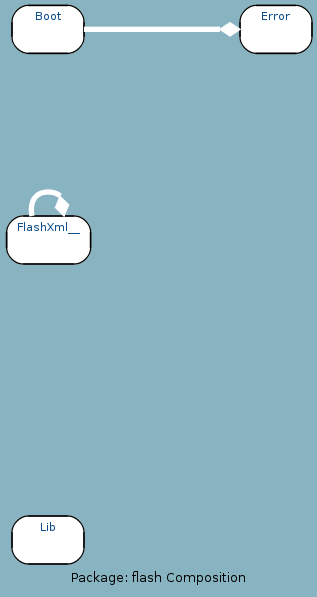
The Graphviz diagram docs/uml/flash_C.png in google-code-export/haxegui, before a commit. Its source is kept beside it as docs/uml/flash_C.dot. Its diagram source:
```dot
digraph uml {
	graph [label="Package: flash Composition", ratio=compress, rankdir=LR, size="24,12", fontname=Sans, fontsize=10, bgcolor="#88B3C1", fontcolor=black];
	node [label="\N", fontname=Sans, fontsize=8, shape=record, color=black, fontcolor=black];
	edge [fontname=Sans, fontsize=8, minlen=3, color=black, fontcolor=black];
	graph [lp="115,10",
		bb="0,0,230,440"];
	"flash.Lib" [label="{Lib}", fontcolor="#104E8B", style="rounded,filled", fillcolor=white, URL="../types/flash/Lib.html", tooltip=Lib, portPos=Lib, pos="32,39", rects="5,21,59,57", width="0.75", height="0.50"];
	"flash.FlashXml__" [label="{FlashXml__}", fontcolor="#104E8B", style="rounded,filled", fillcolor=white, URL="../types/flash/FlashXml__.html", tooltip=FlashXml__, portPos=FlashXml__, pos="32,264", rects="1,246,64,282", width="0.86", height="0.50"];
	"flash.Error" [label="{Error}", fontcolor="#104E8B", style="rounded,filled", fillcolor=white, URL="../types/flash/Error.html", tooltip=Error, portPos=Error, pos="203,422", rects="176,404,230,440", width="0.75", height="0.50"];
	"flash.Boot" [label="{Boot}", fontcolor="#104E8B", style="rounded,filled", fillcolor=white, URL="../types/flash/Boot.html", tooltip=Boot, portPos=Boot, pos="32,422", rects="5,404,59,440", width="0.75", height="0.50"];
	"flash.FlashXml__" -> "flash.FlashXml__" [color=white, style="setlinewidth(4)", arrowhead=diamond, arrowsize="1.25", pos="e,44,282 20,282 18,292 22,300 32,300 36,300 39,299 41,297"];
	"flash.Boot" -> "flash.Error" [color=white, style="setlinewidth(4)", arrowhead=diamond, arrowsize="1.25", pos="e,176,422 59,422 86,422 129,422 161,422"];
}
```
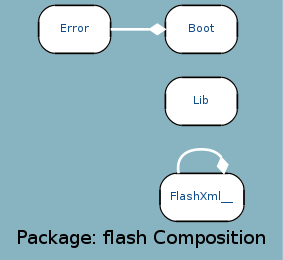
The same diagram one commit later.

Diff of the diagram source:
```diff
@@ -1,13 +1,13 @@
 digraph uml {
-	graph [label="Package: flash Composition", ratio=compress, rankdir=LR, size="24,12", fontname=Sans, fontsize=10, bgcolor="#88B3C1", fontcolor=black];
-	node [label="\N", fontname=Sans, fontsize=8, shape=record, color=black, fontcolor=black];
-	edge [fontname=Sans, fontsize=8, minlen=3, color=black, fontcolor=black];
-	graph [lp="115,10",
-		bb="0,0,230,440"];
-	"flash.Lib" [label="{Lib}", fontcolor="#104E8B", style="rounded,filled", fillcolor=white, URL="../types/flash/Lib.html", tooltip=Lib, portPos=Lib, pos="32,39", rects="5,21,59,57", width="0.75", height="0.50"];
-	"flash.FlashXml__" [label="{FlashXml__}", fontcolor="#104E8B", style="rounded,filled", fillcolor=white, URL="../types/flash/FlashXml__.html", tooltip=FlashXml__, portPos=FlashXml__, pos="32,264", rects="1,246,64,282", width="0.86", height="0.50"];
-	"flash.Error" [label="{Error}", fontcolor="#104E8B", style="rounded,filled", fillcolor=white, URL="../types/flash/Error.html", tooltip=Error, portPos=Error, pos="203,422", rects="176,404,230,440", width="0.75", height="0.50"];
-	"flash.Boot" [label="{Boot}", fontcolor="#104E8B", style="rounded,filled", fillcolor=white, URL="../types/flash/Boot.html", tooltip=Boot, portPos=Boot, pos="32,422", rects="5,404,59,440", width="0.75", height="0.50"];
-	"flash.FlashXml__" -> "flash.FlashXml__" [color=white, style="setlinewidth(4)", arrowhead=diamond, arrowsize="1.25", pos="e,44,282 20,282 18,292 22,300 32,300 36,300 39,299 41,297"];
-	"flash.Boot" -> "flash.Error" [color=white, style="setlinewidth(4)", arrowhead=diamond, arrowsize="1.25", pos="e,176,422 59,422 86,422 129,422 161,422"];
+	graph [label="Package: flash Composition", ratio=compress, rankdir=RL, smoothing=avg_dist, overlap=false, fontname="DejaVu Sans Condenesed", fontsize=14, bgcolor="#88B3C1", fontcolor=black];
+	node [label="\N", fontname="DejaVu Sans Condenesed", fontsize=8, shape=record, color=black, fontcolor=black];
+	edge [fontname="DejaVu Sans Condenesed", fontsize=8, color=black, fontcolor=black];
+	graph [lp="102,12",
+		bb="0,0,204,187"];
+	"flash.FlashXml__" [label="{\nFlashXml__}", fontcolor="#104E8B", style="rounded,filled", fillcolor=white, URL="../types/flash/FlashXml__.html", tooltip="\nFlashXml__", pos="147,43", rects="116,25,179,61", width="0.86", height="0.50"];
+	"flash.Lib" [label="{\nLib}", fontcolor="#104E8B", style="rounded,filled", fillcolor=white, URL="../types/flash/Lib.html", tooltip="\nLib", pos="147,115", rects="120,97,174,133", width="0.75", height="0.50"];
+	"flash.Error" [label="{\nError}", fontcolor="#104E8B", style="rounded,filled", fillcolor=white, URL="../types/flash/Error.html", tooltip="\nError", pos="52,169", rects="25,151,79,187", width="0.75", height="0.50"];
+	"flash.Boot" [label="{\nBoot}", fontcolor="#104E8B", style="rounded,filled", fillcolor=white, URL="../types/flash/Boot.html", tooltip="\nBoot", pos="147,169", rects="120,151,174,187", width="0.75", height="0.50"];
+	"flash.FlashXml__" -> "flash.FlashXml__" [color=white, style=bold, arrowhead=none, arrowtail=diamond, arrowsize=1, pos="s,164,61 162,73 159,77 154,79 147,79 133,79 128,71 130,61"];
+	"flash.Boot" -> "flash.Error" [color=white, style=bold, arrowhead=none, arrowtail=diamond, arrowsize=1, pos="s,120,169 108,169 98,169 88,169 79,169"];
 }
```
